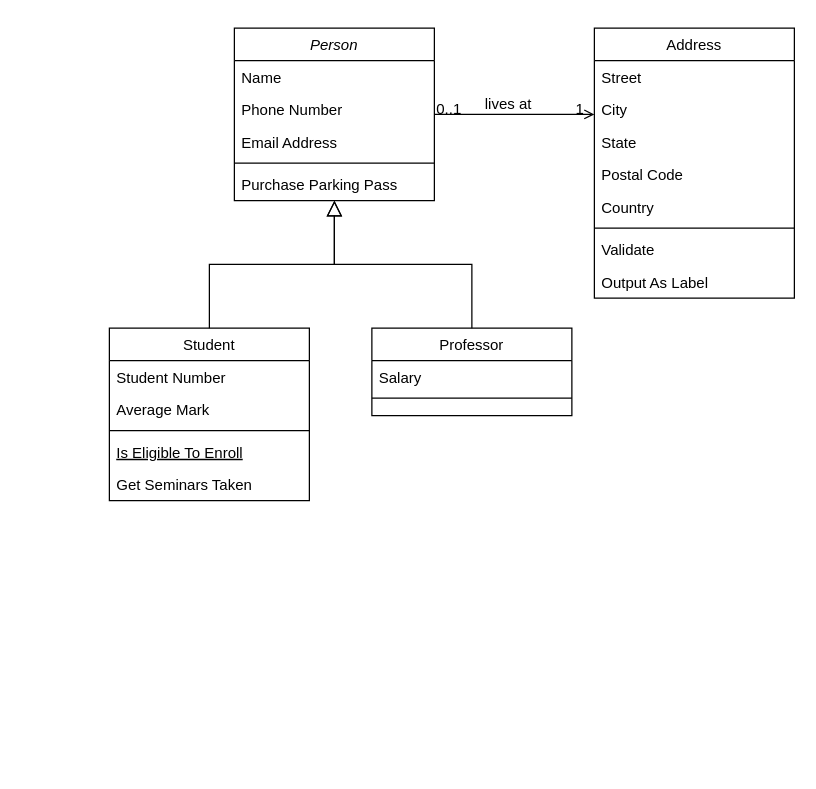
Zakariae-zemat/Almjareb keeps this draw.io diagram as Diagramme sans nom.drawio. Above is the earlier version. Source tidied: cells renumbered, new cells numbered last; positions are measured from the earlier drawing's top-left corner, leaving out a move shared by most shapes. Both pictures are drawn from the tidied source at 125%, with x=0, y=0 at pixel (109, 28).
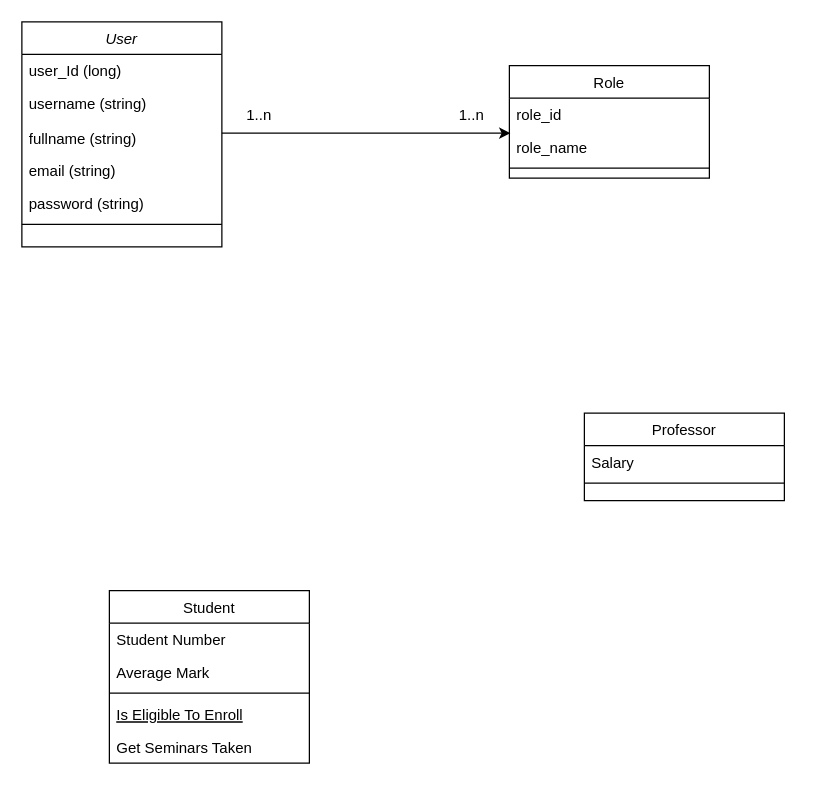
The same diagram, later.

Commit message (it also covers changes not shown here):
Mettre à jour Diagramme sans nom.drawio

The edit, as a diff of the source:
```diff
@@
+    <mxCell id="32" style="edgeStyle=orthogonalEdgeStyle;rounded=0;jettySize=auto;html=1;entryX=0.005;entryY=0.077;entryDx=0;entryDy=0;entryPerimeter=0;" parent="1" edge="1" source="2" target="21">
+      <mxGeometry relative="1" as="geometry">
+        <Array as="points">
+          <mxPoint x="321" y="85" />
+        </Array>
+      </mxGeometry>
+    </mxCell>
-    <mxCell id="2" value="Person" style="swimlane;fontStyle=2;align=center;verticalAlign=top;horizontal=1;startSize=26;rounded=0;shadow=0;strokeWidth=1;" parent="1" vertex="1">
-      <mxGeometry x="100" width="160" height="138" as="geometry" />
+    <mxCell id="2" value="User" style="swimlane;fontStyle=2;align=center;verticalAlign=top;horizontal=1;startSize=26;rounded=0;shadow=0;strokeWidth=1;" parent="1" vertex="1">
+      <mxGeometry x="-70" y="-5" width="160" height="180" as="geometry" />
     </mxCell>
-    <mxCell id="3" value="Name" style="text;align=left;verticalAlign=top;spacingLeft=4;spacingRight=4;overflow=hidden;" parent="2" vertex="1">
+    <mxCell id="3" value="user_Id (long)" style="text;align=left;verticalAlign=top;spacingLeft=4;spacingRight=4;overflow=hidden;" parent="2" vertex="1">
       <mxGeometry y="26" width="160" height="26" as="geometry" />
     </mxCell>
-    <mxCell id="4" value="Phone Number" style="text;align=left;verticalAlign=top;spacingLeft=4;spacingRight=4;overflow=hidden;rounded=0;shadow=0;html=0;" parent="2" vertex="1">
-      <mxGeometry y="52" width="160" height="26" as="geometry" />
+    <mxCell id="4" value="username (string)" style="text;align=left;verticalAlign=top;spacingLeft=4;spacingRight=4;overflow=hidden;rounded=0;shadow=0;html=0;" parent="2" vertex="1">
+      <mxGeometry y="52" width="160" height="28" as="geometry" />
     </mxCell>
-    <mxCell id="5" value="Email Address" style="text;align=left;verticalAlign=top;spacingLeft=4;spacingRight=4;overflow=hidden;rounded=0;shadow=0;html=0;" parent="2" vertex="1">
-      <mxGeometry y="78" width="160" height="26" as="geometry" />
+    <mxCell id="5" value="fullname (string)" style="text;align=left;verticalAlign=top;spacingLeft=4;spacingRight=4;overflow=hidden;rounded=0;shadow=0;html=0;" parent="2" vertex="1">
+      <mxGeometry y="80" width="160" height="26" as="geometry" />
     </mxCell>
+    <mxCell id="33" value="email (string)" style="text;align=left;verticalAlign=top;spacingLeft=4;spacingRight=4;overflow=hidden;rounded=0;shadow=0;html=0;" parent="2" vertex="1">
+      <mxGeometry y="106" width="160" height="26" as="geometry" />
+    </mxCell>
+    <mxCell id="34" value="password (string)" style="text;align=left;verticalAlign=top;spacingLeft=4;spacingRight=4;overflow=hidden;rounded=0;shadow=0;html=0;" parent="2" vertex="1">
+      <mxGeometry y="132" width="160" height="26" as="geometry" />
+    </mxCell>
     <mxCell id="6" style="line;html=1;strokeWidth=1;align=left;verticalAlign=middle;spacingTop=-1;spacingLeft=3;spacingRight=3;labelPosition=right;" parent="2" vertex="1">
-      <mxGeometry y="104" width="160" height="8" as="geometry" />
+      <mxGeometry y="158" width="160" height="8" as="geometry" />
     </mxCell>
-    <mxCell id="7" value="Purchase Parking Pass" style="text;align=left;verticalAlign=top;spacingLeft=4;spacingRight=4;overflow=hidden;" parent="2" vertex="1">
-      <mxGeometry y="112" width="160" height="26" as="geometry" />
-    </mxCell>
     <mxCell id="8" value="Student" style="swimlane;fontStyle=0;align=center;verticalAlign=top;horizontal=1;startSize=26;rounded=0;shadow=0;strokeWidth=1;" parent="1" vertex="1">
-      <mxGeometry y="240" width="160" height="138" as="geometry" />
+      <mxGeometry y="450" width="160" height="138" as="geometry" />
     </mxCell>
@@
-    <mxCell id="14" style="endArrow=block;endSize=10;endFill=0;shadow=0;strokeWidth=1;rounded=0;curved=0;edgeStyle=elbowEdgeStyle;elbow=vertical;" parent="1" edge="1" source="8" target="2">
-      <mxGeometry relative="1" as="geometry" />
-    </mxCell>
     <mxCell id="15" value="Professor" style="swimlane;fontStyle=0;align=center;verticalAlign=top;horizontal=1;startSize=26;rounded=0;shadow=0;strokeWidth=1;" parent="1" vertex="1">
-      <mxGeometry x="210" y="240" width="160" height="70" as="geometry" />
+      <mxGeometry x="380" y="308" width="160" height="70" as="geometry" />
     </mxCell>
@@
-    <mxCell id="18" style="endArrow=block;endSize=10;endFill=0;shadow=0;strokeWidth=1;rounded=0;curved=0;edgeStyle=elbowEdgeStyle;elbow=vertical;" parent="1" edge="1" source="15" target="2">
-      <mxGeometry relative="1" as="geometry" />
-    </mxCell>
-    <mxCell id="19" value="Address" style="swimlane;fontStyle=0;align=center;verticalAlign=top;horizontal=1;startSize=26;rounded=0;shadow=0;strokeWidth=1;" parent="1" vertex="1">
-      <mxGeometry x="388" width="160" height="216" as="geometry" />
+    <mxCell id="19" value="Role" style="swimlane;fontStyle=0;align=center;verticalAlign=top;horizontal=1;startSize=26;rounded=0;shadow=0;strokeWidth=1;" parent="1" vertex="1">
+      <mxGeometry x="320" y="30" width="160" height="90" as="geometry" />
     </mxCell>
-    <mxCell id="20" value="Street" style="text;align=left;verticalAlign=top;spacingLeft=4;spacingRight=4;overflow=hidden;" parent="19" vertex="1">
+    <mxCell id="20" value="role_id" style="text;align=left;verticalAlign=top;spacingLeft=4;spacingRight=4;overflow=hidden;" parent="19" vertex="1">
       <mxGeometry y="26" width="160" height="26" as="geometry" />
     </mxCell>
-    <mxCell id="21" value="City" style="text;align=left;verticalAlign=top;spacingLeft=4;spacingRight=4;overflow=hidden;points=[[0,0.5],[1,0.5]];portConstraint=eastwest;rounded=0;shadow=0;html=0;" parent="19" vertex="1">
+    <mxCell id="21" value="role_name" style="text;align=left;verticalAlign=top;spacingLeft=4;spacingRight=4;overflow=hidden;points=[[0,0.5],[1,0.5]];portConstraint=eastwest;rounded=0;shadow=0;html=0;" parent="19" vertex="1">
       <mxGeometry y="52" width="160" height="26" as="geometry" />
     </mxCell>
-    <mxCell id="22" value="State" style="text;align=left;verticalAlign=top;spacingLeft=4;spacingRight=4;overflow=hidden;rounded=0;shadow=0;html=0;" parent="19" vertex="1">
-      <mxGeometry y="78" width="160" height="26" as="geometry" />
-    </mxCell>
-    <mxCell id="23" value="Postal Code" style="text;align=left;verticalAlign=top;spacingLeft=4;spacingRight=4;overflow=hidden;rounded=0;shadow=0;html=0;" parent="19" vertex="1">
-      <mxGeometry y="104" width="160" height="26" as="geometry" />
-    </mxCell>
-    <mxCell id="24" value="Country" style="text;align=left;verticalAlign=top;spacingLeft=4;spacingRight=4;overflow=hidden;rounded=0;shadow=0;html=0;" parent="19" vertex="1">
-      <mxGeometry y="130" width="160" height="26" as="geometry" />
-    </mxCell>
     <mxCell id="25" style="line;html=1;strokeWidth=1;align=left;verticalAlign=middle;spacingTop=-1;spacingLeft=3;spacingRight=3;labelPosition=right;" parent="19" vertex="1">
-      <mxGeometry y="156" width="160" height="8" as="geometry" />
+      <mxGeometry y="78" width="160" height="8" as="geometry" />
     </mxCell>
-    <mxCell id="26" value="Validate" style="text;align=left;verticalAlign=top;spacingLeft=4;spacingRight=4;overflow=hidden;" parent="19" vertex="1">
-      <mxGeometry y="164" width="160" height="26" as="geometry" />
-    </mxCell>
-    <mxCell id="27" value="Output As Label" style="text;align=left;verticalAlign=top;spacingLeft=4;spacingRight=4;overflow=hidden;" parent="19" vertex="1">
-      <mxGeometry y="190" width="160" height="26" as="geometry" />
-    </mxCell>
-    <mxCell id="28" style="endArrow=open;shadow=0;strokeWidth=1;rounded=0;curved=0;endFill=1;edgeStyle=elbowEdgeStyle;elbow=vertical;" parent="1" edge="1" source="2" target="19">
-      <mxGeometry x="0.5" y="41" relative="1" as="geometry">
-        <mxPoint x="-40" y="32" as="offset" />
-      </mxGeometry>
-    </mxCell>
-    <mxCell id="29" value="0..1" style="align=left;verticalAlign=bottom;labelBackgroundColor=none;fontSize=12;" parent="28" vertex="1">
-      <mxGeometry x="-1" relative="1" as="geometry">
-        <mxPoint y="4" as="offset" />
-      </mxGeometry>
-    </mxCell>
-    <mxCell id="30" value="1" style="align=right;verticalAlign=bottom;labelBackgroundColor=none;fontSize=12;" parent="28" vertex="1">
-      <mxGeometry x="1" relative="1" as="geometry">
-        <mxPoint x="-7" y="4" as="offset" />
-      </mxGeometry>
-    </mxCell>
-    <mxCell id="31" value="lives at" style="text;html=1;align=center;verticalAlign=middle;labelBackgroundColor=none;rounded=0;shadow=0;strokeWidth=1;fontSize=12;" parent="28" vertex="1">
-      <mxGeometry x="0.5" y="49" relative="1" as="geometry">
-        <mxPoint x="-38" y="40" as="offset" />
-      </mxGeometry>
-    </mxCell>
+    <mxCell id="35" value="1..n" style="text;html=1;align=center;verticalAlign=middle;whiteSpace=wrap;rounded=0;" parent="1" vertex="1">
+      <mxGeometry x="90" y="55" width="60" height="30" as="geometry" />
+    </mxCell>
+    <mxCell id="36" value="1..n" style="text;html=1;align=center;verticalAlign=middle;whiteSpace=wrap;rounded=0;" parent="1" vertex="1">
+      <mxGeometry x="260" y="60" width="60" height="20" as="geometry" />
+    </mxCell>
```
